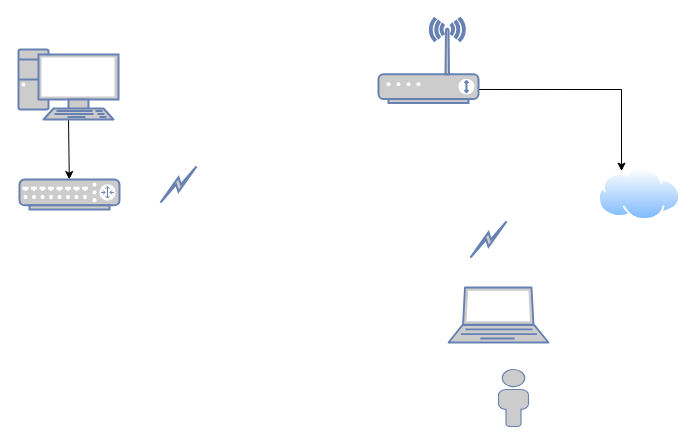
sankdyl/test keeps this draw.io diagram as Untitled Diagram.drawio. Above is the earlier version. Source tidied: cells renumbered, new cells numbered last; positions are measured from the earlier drawing's top-left corner, leaving out a move shared by most shapes. Both pictures are drawn from the tidied source at 100%, with x=0, y=0 at pixel (18, 17).
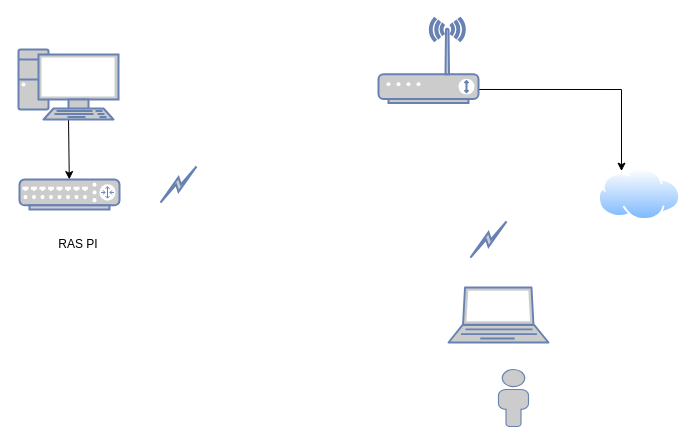
The same diagram, later.

What changed in the source:
```diff
@@
 <mxGraphModel>
   <root>
     <mxCell id="0" />
     <mxCell id="1" parent="0" />
     <mxCell id="2" style="edgeStyle=none;rounded=0;jettySize=auto;html=1;exitX=0.5;exitY=1;exitDx=0;exitDy=0;exitPerimeter=0;" parent="1" edge="1" source="3" target="4">
       <mxGeometry relative="1" as="geometry" />
     </mxCell>
     <mxCell id="3" style="fontColor=#0066CC;verticalAlign=top;verticalLabelPosition=bottom;labelPosition=center;align=center;html=1;outlineConnect=0;fillColor=#CCCCCC;strokeColor=#6881B3;gradientColor=none;gradientDirection=north;strokeWidth=2;shape=mxgraph.networks.pc;" parent="1" vertex="1">
       <mxGeometry y="32" width="100" height="70" as="geometry" />
     </mxCell>
     <mxCell id="4" style="fontColor=#0066CC;verticalAlign=top;verticalLabelPosition=bottom;labelPosition=center;align=center;html=1;outlineConnect=0;fillColor=#CCCCCC;strokeColor=#6881B3;gradientColor=none;gradientDirection=north;strokeWidth=2;shape=mxgraph.networks.router;" parent="1" vertex="1">
       <mxGeometry x="1" y="162" width="100" height="30" as="geometry" />
     </mxCell>
     <mxCell id="5" style="html=1;outlineConnect=0;fillColor=#CCCCCC;strokeColor=#6881B3;gradientColor=none;gradientDirection=north;strokeWidth=2;shape=mxgraph.networks.comm_link_edge;html=1;" parent="1" edge="1">
       <mxGeometry relative="1" as="geometry">
         <mxPoint x="140" y="187" as="sourcePoint" />
         <mxPoint x="180" y="147" as="targetPoint" />
         <Array as="points">
           <mxPoint x="210" y="137" />
         </Array>
       </mxGeometry>
     </mxCell>
     <mxCell id="6" style="edgeStyle=orthogonalEdgeStyle;rounded=0;jettySize=auto;html=1;entryX=0.25;entryY=0;entryDx=0;entryDy=0;exitX=1;exitY=0.841;exitDx=0;exitDy=0;exitPerimeter=0;" parent="1" edge="1" source="7" target="11">
       <mxGeometry relative="1" as="geometry" />
     </mxCell>
     <mxCell id="7" style="fontColor=#0066CC;verticalAlign=top;verticalLabelPosition=bottom;labelPosition=center;align=center;html=1;outlineConnect=0;fillColor=#CCCCCC;strokeColor=#6881B3;gradientColor=none;gradientDirection=north;strokeWidth=2;shape=mxgraph.networks.wireless_modem;" parent="1" vertex="1">
       <mxGeometry x="360" y="0.5" width="100" height="85" as="geometry" />
     </mxCell>
     <mxCell id="8" style="fontColor=#0066CC;verticalAlign=top;verticalLabelPosition=bottom;labelPosition=center;align=center;html=1;fillColor=#CCCCCC;strokeColor=#6881B3;gradientColor=none;gradientDirection=north;strokeWidth=2;shape=mxgraph.networks.laptop;" parent="1" vertex="1">
       <mxGeometry x="430" y="270" width="100" height="55" as="geometry" />
     </mxCell>
     <mxCell id="9" style="fontColor=#0066CC;verticalAlign=top;verticalLabelPosition=bottom;labelPosition=center;align=center;html=1;fillColor=#CCCCCC;strokeColor=#6881B3;gradientColor=none;gradientDirection=north;strokeWidth=2;shape=mxgraph.networks.user_male;" parent="1" vertex="1">
       <mxGeometry x="480" y="352" width="30" height="57" as="geometry" />
     </mxCell>
     <mxCell id="10" style="html=1;outlineConnect=0;fillColor=#CCCCCC;strokeColor=#6881B3;gradientColor=none;gradientDirection=north;strokeWidth=2;shape=mxgraph.networks.comm_link_edge;html=1;" parent="1" edge="1">
       <mxGeometry relative="1" as="geometry">
         <mxPoint x="450" y="242" as="sourcePoint" />
         <mxPoint x="490" y="202" as="targetPoint" />
         <Array as="points">
           <mxPoint x="520" y="192" />
         </Array>
       </mxGeometry>
     </mxCell>
     <mxCell id="11" style="perimeter=ellipsePerimeter;html=1;align=center;shadow=0;dashed=0;spacingTop=3;image;image=img/lib/active_directory/internet_cloud.svg;" parent="1" vertex="1">
       <mxGeometry x="580" y="151" width="82" height="52" as="geometry" />
     </mxCell>
+    <mxCell id="12" value="RAS PI" style="text;html=1;strokeColor=none;fillColor=none;align=center;verticalAlign=middle;whiteSpace=wrap;rounded=0;" parent="1" vertex="1">
+      <mxGeometry x="20" y="212" width="80" height="30" as="geometry" />
+    </mxCell>
   </root>
 </mxGraphModel>
```
